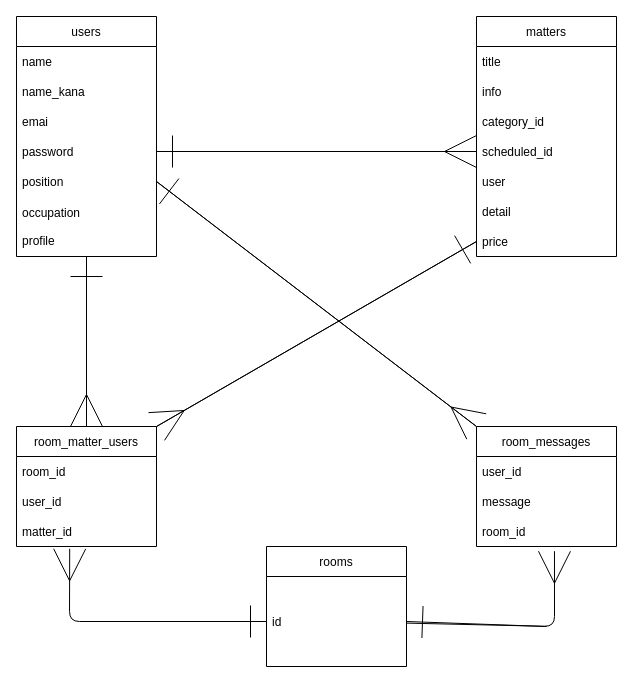
Earlier version of the draw.io diagram test.dio (masakku/job-en-c). Source tidied: cells renumbered, new cells numbered last; positions are measured from the earlier drawing's top-left corner, leaving out a move shared by most shapes. Both pictures are drawn from the tidied source at 100%, with x=0, y=0 at pixel (16, 16).
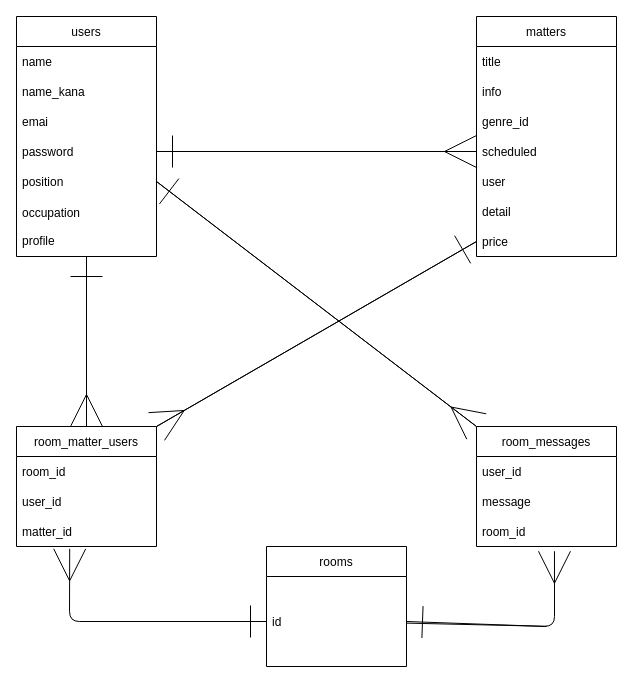
Above is the later version.

The change refers to these unchanged cells:
```xml
<mxCell id="10" value="matters" style="swimlane;fontStyle=0;horizontal=1;startSize=30;" parent="1" vertex="1">
  <mxGeometry x="460" width="140" height="240" as="geometry" />
</mxCell>
```

Diff of the diagram source:
```diff
@@
-    <mxCell id="13" value="category_id" style="text;strokeColor=none;fillColor=none;align=left;verticalAlign=middle;spacingLeft=4;spacingRight=4;overflow=hidden;" parent="10" vertex="1">
+    <mxCell id="13" value="genre_id" style="text;strokeColor=none;fillColor=none;align=left;verticalAlign=middle;spacingLeft=4;spacingRight=4;overflow=hidden;" parent="10" vertex="1">
       <mxGeometry y="90" width="140" height="30" as="geometry" />
     </mxCell>
-    <mxCell id="14" value="scheduled_id" style="text;strokeColor=none;fillColor=none;align=left;verticalAlign=middle;spacingLeft=4;spacingRight=4;overflow=hidden;points=[[0,0.5],[1,0.5]];portConstraint=eastwest;" parent="10" vertex="1">
+    <mxCell id="14" value="scheduled" style="text;strokeColor=none;fillColor=none;align=left;verticalAlign=middle;spacingLeft=4;spacingRight=4;overflow=hidden;points=[[0,0.5],[1,0.5]];portConstraint=eastwest;" parent="10" vertex="1">
       <mxGeometry y="120" width="140" height="30" as="geometry" />
     </mxCell>
```
